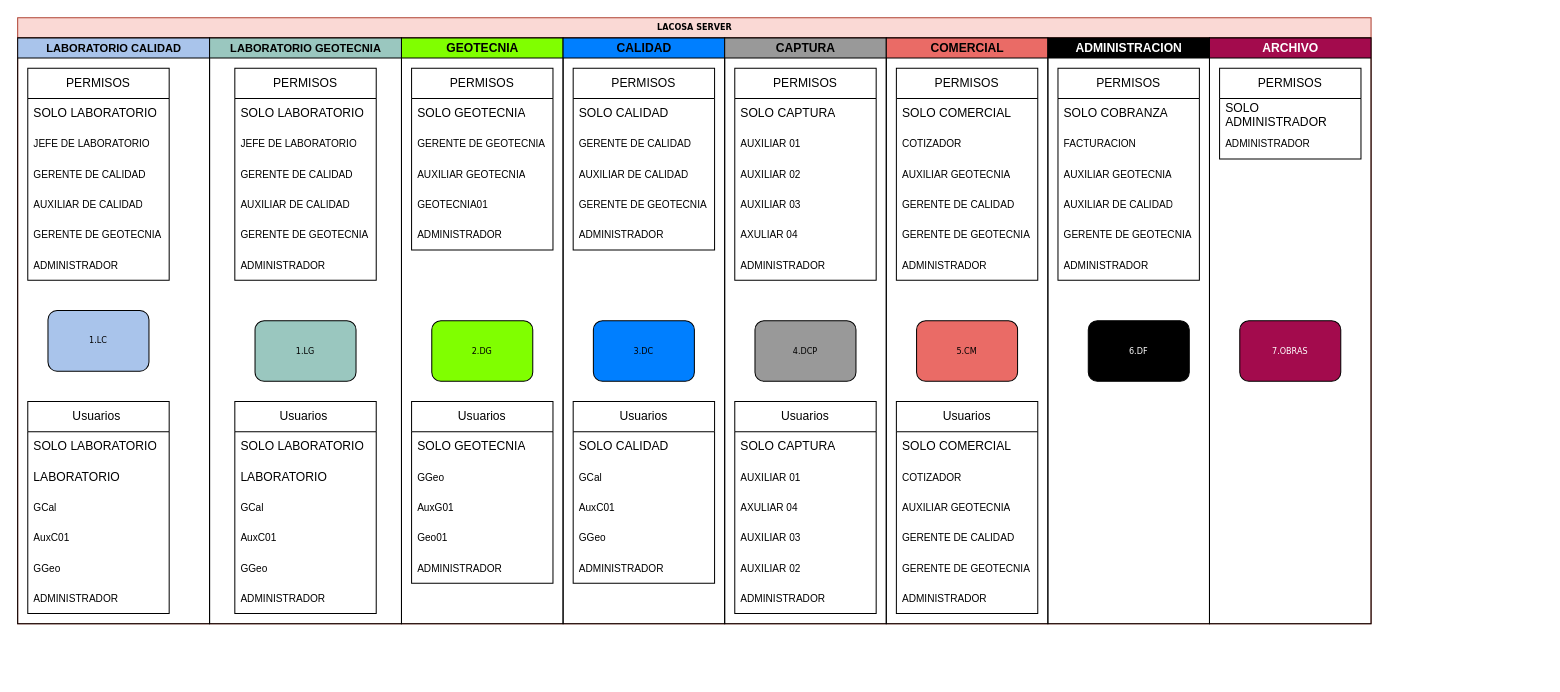
Above: ServerDirection.drawio in DekarDev/Powershell (draw.io), before the change. Source tidied: cells renumbered, new cells numbered last; positions are measured from the earlier drawing's top-left corner, leaving out a move shared by most shapes. Both pictures are drawn from the tidied source at 101%, with x=0, y=0 at pixel (17, 17).
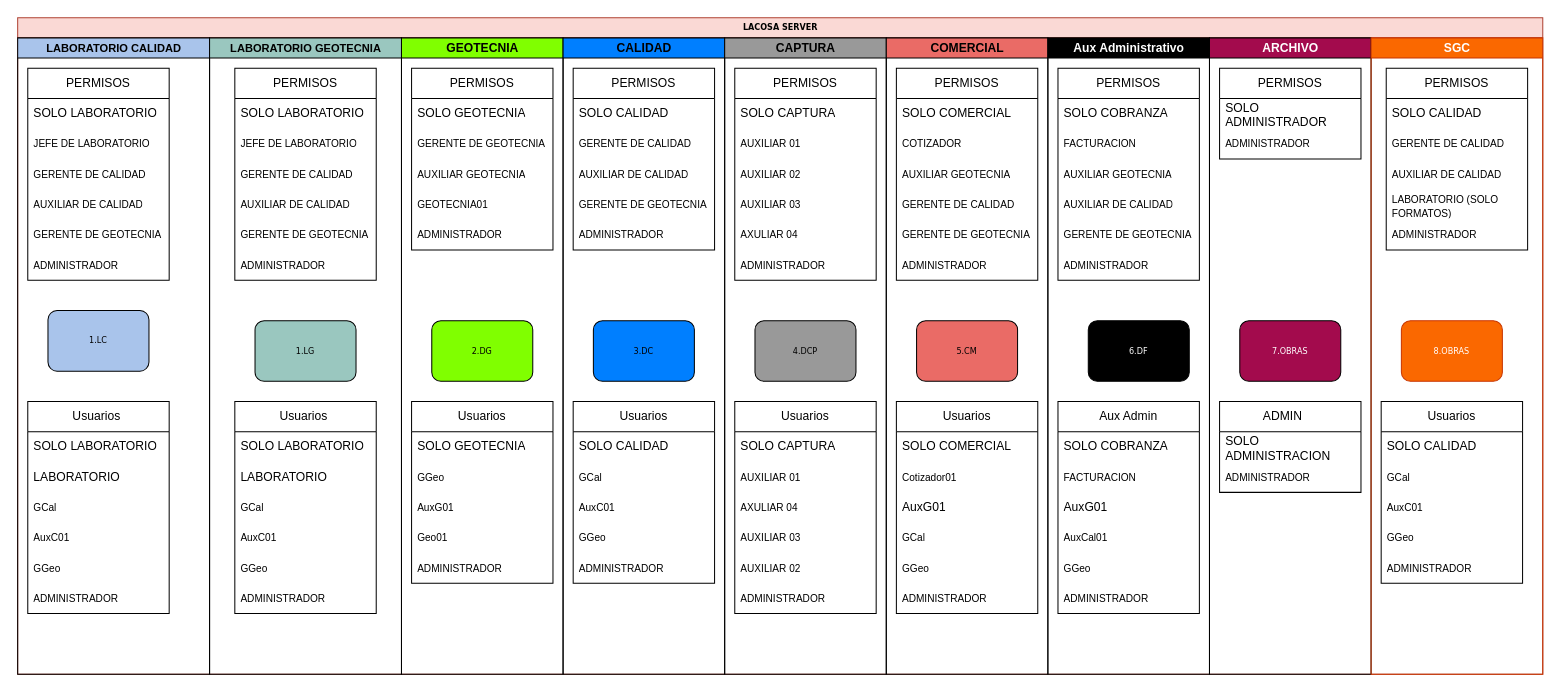
Above is the later version.

The change refers to these unchanged cells:
```xml
<mxCell id="95" value="Usuarios" style="swimlane;fontStyle=0;horizontal=1;startSize=30;whiteSpace=wrap;html=1;" parent="86" vertex="1">
  <mxGeometry x="10" y="360" width="140" height="210" as="geometry" />
</mxCell>
```

What changed in the source:
```diff
@@
     <mxCell id="2" value="LACOSA SERVER" style="swimlane;html=1;startSize=20;rounded=0;shadow=0;labelBackgroundColor=none;strokeWidth=1;fontFamily=Verdana;fontSize=8;align=center;fillColor=#fad9d5;strokeColor=#ae4132;" parent="1" vertex="1">
-      <mxGeometry width="1340" height="600" as="geometry" />
+      <mxGeometry width="1510" height="650" as="geometry" />
     </mxCell>
     <mxCell id="3" value="&lt;font style=&quot;font-size: 11px;&quot;&gt;LABORATORIO CALIDAD&lt;/font&gt;" style="swimlane;html=1;startSize=20;fillColor=#A9C4EB;" parent="2" vertex="1">
-      <mxGeometry y="20" width="190" height="580" as="geometry" />
+      <mxGeometry y="20" width="190" height="630" as="geometry" />
     </mxCell>
@@
     <mxCell id="24" value="&lt;font style=&quot;font-size: 11px;&quot;&gt;LABORATORIO GEOTECNIA&lt;/font&gt;" style="swimlane;html=1;startSize=20;fillColor=#9AC7BF;" parent="2" vertex="1">
-      <mxGeometry x="190" y="20" width="190" height="580" as="geometry" />
+      <mxGeometry x="190" y="20" width="190" height="630" as="geometry" />
     </mxCell>
@@
     <mxCell id="40" value="GEOTECNIA" style="swimlane;html=1;startSize=20;fillColor=#80FF00;" parent="2" vertex="1">
-      <mxGeometry x="380" y="20" width="160" height="580" as="geometry" />
+      <mxGeometry x="380" y="20" width="160" height="630" as="geometry" />
     </mxCell>
@@
     <mxCell id="54" value="CALIDAD" style="swimlane;html=1;startSize=20;fillColor=#007FFF;" parent="2" vertex="1">
-      <mxGeometry x="540" y="20" width="160" height="580" as="geometry" />
+      <mxGeometry x="540" y="20" width="160" height="630" as="geometry" />
     </mxCell>
@@
     <mxCell id="69" value="CAPTURA" style="swimlane;html=1;startSize=20;fillColor=#999999;" parent="2" vertex="1">
-      <mxGeometry x="700" y="20" width="160" height="580" as="geometry" />
+      <mxGeometry x="700" y="20" width="160" height="630" as="geometry" />
     </mxCell>
@@
     <mxCell id="86" value="COMERCIAL" style="swimlane;html=1;startSize=20;fillColor=#EA6B66;" parent="2" vertex="1">
-      <mxGeometry x="860" y="20" width="160" height="580" as="geometry" />
+      <mxGeometry x="860" y="20" width="160" height="630" as="geometry" />
     </mxCell>
@@
-    <mxCell id="97" value="&lt;span style=&quot;font-size: x-small; background-color: initial;&quot;&gt;COTIZADOR&lt;/span&gt;" style="text;strokeColor=none;fillColor=none;align=left;verticalAlign=middle;spacingLeft=4;spacingRight=4;overflow=hidden;whiteSpace=wrap;html=1;" parent="95" vertex="1">
+    <mxCell id="97" value="&lt;span style=&quot;font-size: x-small; background-color: initial;&quot;&gt;Cotizador01&lt;/span&gt;" style="text;strokeColor=none;fillColor=none;align=left;verticalAlign=middle;spacingLeft=4;spacingRight=4;overflow=hidden;whiteSpace=wrap;html=1;" parent="95" vertex="1">
       <mxGeometry y="60" width="140" height="30" as="geometry" />
     </mxCell>
-    <mxCell id="98" value="&lt;font size=&quot;1&quot;&gt;AUXILIAR GEOTECNIA&lt;/font&gt;" style="text;strokeColor=none;fillColor=none;align=left;verticalAlign=middle;spacingLeft=4;spacingRight=4;overflow=hidden;whiteSpace=wrap;html=1;" parent="95" vertex="1">
+    <mxCell id="98" value="AuxG01" style="text;strokeColor=none;fillColor=none;align=left;verticalAlign=middle;spacingLeft=4;spacingRight=4;overflow=hidden;whiteSpace=wrap;html=1;" parent="95" vertex="1">
       <mxGeometry y="90" width="140" height="30" as="geometry" />
     </mxCell>
-    <mxCell id="99" value="&lt;span style=&quot;font-size: x-small; background-color: initial;&quot;&gt;GERENTE DE CALIDAD&lt;/span&gt;" style="text;strokeColor=none;fillColor=none;align=left;verticalAlign=middle;spacingLeft=4;spacingRight=4;overflow=hidden;whiteSpace=wrap;html=1;" parent="95" vertex="1">
+    <mxCell id="99" value="&lt;font size=&quot;1&quot;&gt;GCal&lt;/font&gt;" style="text;strokeColor=none;fillColor=none;align=left;verticalAlign=middle;spacingLeft=4;spacingRight=4;overflow=hidden;whiteSpace=wrap;html=1;" parent="95" vertex="1">
       <mxGeometry y="120" width="140" height="30" as="geometry" />
     </mxCell>
-    <mxCell id="100" value="&lt;span style=&quot;font-size: x-small; background-color: initial;&quot;&gt;GERENTE DE GEOTECNIA&lt;/span&gt;" style="text;strokeColor=none;fillColor=none;align=left;verticalAlign=middle;spacingLeft=4;spacingRight=4;overflow=hidden;whiteSpace=wrap;html=1;" parent="95" vertex="1">
+    <mxCell id="100" value="&lt;span style=&quot;font-size: x-small; background-color: initial;&quot;&gt;GGeo&lt;/span&gt;" style="text;strokeColor=none;fillColor=none;align=left;verticalAlign=middle;spacingLeft=4;spacingRight=4;overflow=hidden;whiteSpace=wrap;html=1;" parent="95" vertex="1">
       <mxGeometry y="150" width="140" height="30" as="geometry" />
     </mxCell>
@@
-    <mxCell id="102" value="ADMINISTRACION" style="swimlane;html=1;startSize=20;fillColor=#000000;fontColor=#FFFFFF;" parent="2" vertex="1">
-      <mxGeometry x="1020" y="20" width="160" height="580" as="geometry" />
+    <mxCell id="102" value="Aux Administrativo" style="swimlane;html=1;startSize=20;fillColor=#000000;fontColor=#FFFFFF;" parent="2" vertex="1">
+      <mxGeometry x="1020" y="20" width="160" height="630" as="geometry" />
     </mxCell>
@@
+    <mxCell id="116" value="Aux Admin" style="swimlane;fontStyle=0;horizontal=1;startSize=30;whiteSpace=wrap;html=1;" parent="102" vertex="1">
+      <mxGeometry x="10" y="360" width="140" height="210" as="geometry" />
+    </mxCell>
+    <mxCell id="117" value="SOLO COBRANZA" style="text;strokeColor=none;fillColor=none;align=left;verticalAlign=middle;spacingLeft=4;spacingRight=4;overflow=hidden;whiteSpace=wrap;html=1;" parent="116" vertex="1">
+      <mxGeometry y="30" width="140" height="30" as="geometry" />
+    </mxCell>
+    <mxCell id="118" value="&lt;span style=&quot;font-size: x-small; background-color: initial;&quot;&gt;FACTURACION&lt;/span&gt;" style="text;strokeColor=none;fillColor=none;align=left;verticalAlign=middle;spacingLeft=4;spacingRight=4;overflow=hidden;whiteSpace=wrap;html=1;" parent="116" vertex="1">
+      <mxGeometry y="60" width="140" height="30" as="geometry" />
+    </mxCell>
+    <mxCell id="119" value="AuxG01" style="text;strokeColor=none;fillColor=none;align=left;verticalAlign=middle;spacingLeft=4;spacingRight=4;overflow=hidden;whiteSpace=wrap;html=1;" parent="116" vertex="1">
+      <mxGeometry y="90" width="140" height="30" as="geometry" />
+    </mxCell>
+    <mxCell id="120" value="&lt;font size=&quot;1&quot;&gt;AuxCal01&lt;/font&gt;" style="text;strokeColor=none;fillColor=none;align=left;verticalAlign=middle;spacingLeft=4;spacingRight=4;overflow=hidden;whiteSpace=wrap;html=1;" parent="116" vertex="1">
+      <mxGeometry y="120" width="140" height="30" as="geometry" />
+    </mxCell>
+    <mxCell id="121" value="&lt;span style=&quot;font-size: x-small; background-color: initial;&quot;&gt;GGeo&lt;/span&gt;" style="text;strokeColor=none;fillColor=none;align=left;verticalAlign=middle;spacingLeft=4;spacingRight=4;overflow=hidden;whiteSpace=wrap;html=1;" parent="116" vertex="1">
+      <mxGeometry y="150" width="140" height="30" as="geometry" />
+    </mxCell>
+    <mxCell id="122" value="&lt;span style=&quot;font-size: x-small; background-color: initial;&quot;&gt;ADMINISTRADOR&lt;/span&gt;" style="text;strokeColor=none;fillColor=none;align=left;verticalAlign=middle;spacingLeft=4;spacingRight=4;overflow=hidden;whiteSpace=wrap;html=1;" parent="116" vertex="1">
+      <mxGeometry y="180" width="140" height="30" as="geometry" />
+    </mxCell>
     <mxCell id="111" value="ARCHIVO" style="swimlane;html=1;startSize=20;fillColor=#A30B4D;labelBackgroundColor=none;fontColor=#FFFFFF;" parent="2" vertex="1">
-      <mxGeometry x="1180" y="20" width="160" height="580" as="geometry" />
+      <mxGeometry x="1180" y="20" width="160" height="630" as="geometry" />
     </mxCell>
@@
+    <mxCell id="123" value="ADMIN&lt;span style=&quot;white-space: pre;&quot;&gt;&#9;&lt;/span&gt;" style="swimlane;fontStyle=0;horizontal=1;startSize=30;whiteSpace=wrap;html=1;" parent="111" vertex="1">
+      <mxGeometry x="10" y="360" width="140" height="90" as="geometry" />
+    </mxCell>
+    <mxCell id="124" value="SOLO ADMINISTRACION" style="text;strokeColor=none;fillColor=none;align=left;verticalAlign=middle;spacingLeft=4;spacingRight=4;overflow=hidden;whiteSpace=wrap;html=1;" parent="123" vertex="1">
+      <mxGeometry y="30" width="140" height="30" as="geometry" />
+    </mxCell>
+    <mxCell id="125" value="&lt;span style=&quot;font-size: x-small; background-color: initial;&quot;&gt;ADMINISTRADOR&lt;/span&gt;" style="text;strokeColor=none;fillColor=none;align=left;verticalAlign=middle;spacingLeft=4;spacingRight=4;overflow=hidden;whiteSpace=wrap;html=1;" parent="123" vertex="1">
+      <mxGeometry y="60" width="140" height="30" as="geometry" />
+    </mxCell>
+    <mxCell id="126" value="&lt;font color=&quot;#ffffff&quot;&gt;SGC&lt;/font&gt;" style="swimlane;html=1;startSize=20;fillColor=#fa6800;labelBackgroundColor=none;strokeColor=#C73500;fontColor=#000000;" parent="2" vertex="1">
+      <mxGeometry x="1340" y="20" width="170" height="630" as="geometry" />
+    </mxCell>
+    <mxCell id="127" value="&lt;font color=&quot;#ffffff&quot;&gt;8.OBRAS&lt;/font&gt;" style="rounded=1;whiteSpace=wrap;html=1;shadow=0;labelBackgroundColor=none;strokeWidth=1;fontFamily=Verdana;fontSize=8;align=center;fontColor=#000000;fillColor=#fa6800;strokeColor=#C73500;" parent="126" vertex="1">
+      <mxGeometry x="30" y="280" width="100" height="60" as="geometry" />
+    </mxCell>
+    <mxCell id="128" value="PERMISOS" style="swimlane;fontStyle=0;horizontal=1;startSize=30;whiteSpace=wrap;html=1;" parent="126" vertex="1">
+      <mxGeometry x="15" y="30" width="140" height="180" as="geometry" />
+    </mxCell>
+    <mxCell id="129" value="SOLO CALIDAD" style="text;strokeColor=none;fillColor=none;align=left;verticalAlign=middle;spacingLeft=4;spacingRight=4;overflow=hidden;whiteSpace=wrap;html=1;" parent="128" vertex="1">
+      <mxGeometry y="30" width="140" height="30" as="geometry" />
+    </mxCell>
+    <mxCell id="130" value="&lt;span style=&quot;font-size: x-small; background-color: initial;&quot;&gt;GERENTE DE CALIDAD&lt;/span&gt;" style="text;strokeColor=none;fillColor=none;align=left;verticalAlign=middle;spacingLeft=4;spacingRight=4;overflow=hidden;whiteSpace=wrap;html=1;" parent="128" vertex="1">
+      <mxGeometry y="60" width="140" height="30" as="geometry" />
+    </mxCell>
+    <mxCell id="131" value="&lt;span style=&quot;font-size: x-small; background-color: initial;&quot;&gt;AUXILIAR DE CALIDAD&lt;/span&gt;" style="text;strokeColor=none;fillColor=none;align=left;verticalAlign=middle;spacingLeft=4;spacingRight=4;overflow=hidden;whiteSpace=wrap;html=1;" parent="128" vertex="1">
+      <mxGeometry y="90" width="140" height="30" as="geometry" />
+    </mxCell>
+    <mxCell id="132" value="&lt;font size=&quot;1&quot;&gt;LABORATORIO (SOLO FORMATOS)&lt;/font&gt;" style="text;strokeColor=none;fillColor=none;align=left;verticalAlign=middle;spacingLeft=4;spacingRight=4;overflow=hidden;whiteSpace=wrap;html=1;" parent="128" vertex="1">
+      <mxGeometry y="120" width="140" height="30" as="geometry" />
+    </mxCell>
+    <mxCell id="133" value="&lt;span style=&quot;font-size: x-small; background-color: initial;&quot;&gt;ADMINISTRADOR&lt;/span&gt;" style="text;strokeColor=none;fillColor=none;align=left;verticalAlign=middle;spacingLeft=4;spacingRight=4;overflow=hidden;whiteSpace=wrap;html=1;" parent="128" vertex="1">
+      <mxGeometry y="150" width="140" height="30" as="geometry" />
+    </mxCell>
+    <mxCell id="134" value="Usuarios" style="swimlane;fontStyle=0;horizontal=1;startSize=30;whiteSpace=wrap;html=1;" parent="126" vertex="1">
+      <mxGeometry x="10" y="360" width="140" height="180" as="geometry" />
+    </mxCell>
+    <mxCell id="135" value="SOLO CALIDAD" style="text;strokeColor=none;fillColor=none;align=left;verticalAlign=middle;spacingLeft=4;spacingRight=4;overflow=hidden;whiteSpace=wrap;html=1;" parent="134" vertex="1">
+      <mxGeometry y="30" width="140" height="30" as="geometry" />
+    </mxCell>
+    <mxCell id="136" value="&lt;font size=&quot;1&quot;&gt;GCal&lt;/font&gt;" style="text;strokeColor=none;fillColor=none;align=left;verticalAlign=middle;spacingLeft=4;spacingRight=4;overflow=hidden;whiteSpace=wrap;html=1;" parent="134" vertex="1">
+      <mxGeometry y="60" width="140" height="30" as="geometry" />
+    </mxCell>
+    <mxCell id="137" value="&lt;font size=&quot;1&quot;&gt;AuxC01&lt;/font&gt;" style="text;strokeColor=none;fillColor=none;align=left;verticalAlign=middle;spacingLeft=4;spacingRight=4;overflow=hidden;whiteSpace=wrap;html=1;" parent="134" vertex="1">
+      <mxGeometry y="90" width="140" height="30" as="geometry" />
+    </mxCell>
+    <mxCell id="138" value="&lt;font size=&quot;1&quot;&gt;GGeo&lt;/font&gt;" style="text;strokeColor=none;fillColor=none;align=left;verticalAlign=middle;spacingLeft=4;spacingRight=4;overflow=hidden;whiteSpace=wrap;html=1;" parent="134" vertex="1">
+      <mxGeometry y="120" width="140" height="30" as="geometry" />
+    </mxCell>
+    <mxCell id="139" value="&lt;span style=&quot;font-size: x-small; background-color: initial;&quot;&gt;ADMINISTRADOR&lt;/span&gt;" style="text;strokeColor=none;fillColor=none;align=left;verticalAlign=middle;spacingLeft=4;spacingRight=4;overflow=hidden;whiteSpace=wrap;html=1;" parent="134" vertex="1">
+      <mxGeometry y="150" width="140" height="30" as="geometry" />
+    </mxCell>
```
